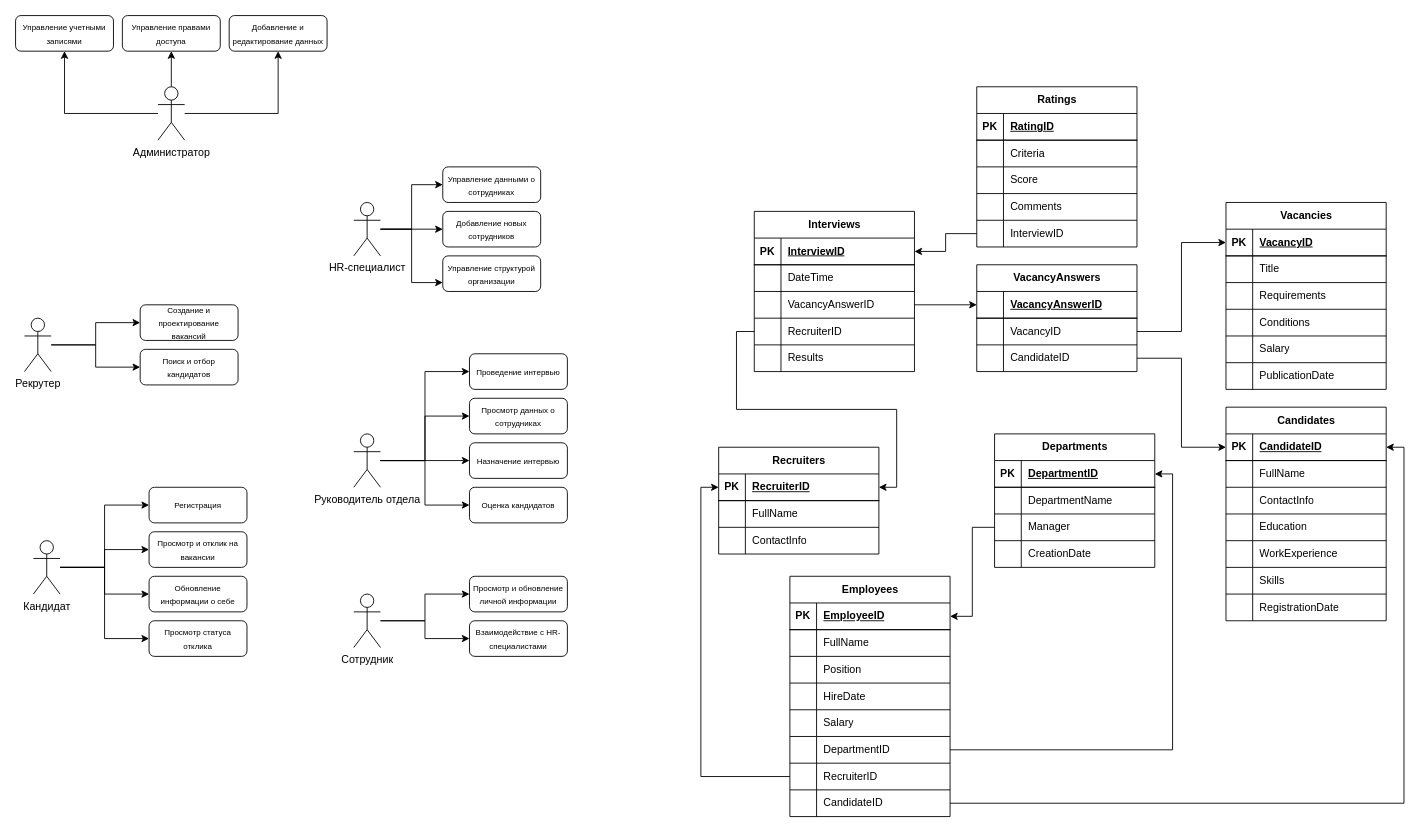
Earlier version of the draw.io diagram ПиРДБИП/Lab1/UML.drawio (SaintDesire/Labs_3-2). Source tidied: cells renumbered, new cells numbered last; positions are measured from the earlier drawing's top-left corner, leaving out a move shared by most shapes. Both pictures are drawn from the tidied source at 89%, with x=0, y=0 at pixel (15, 15).
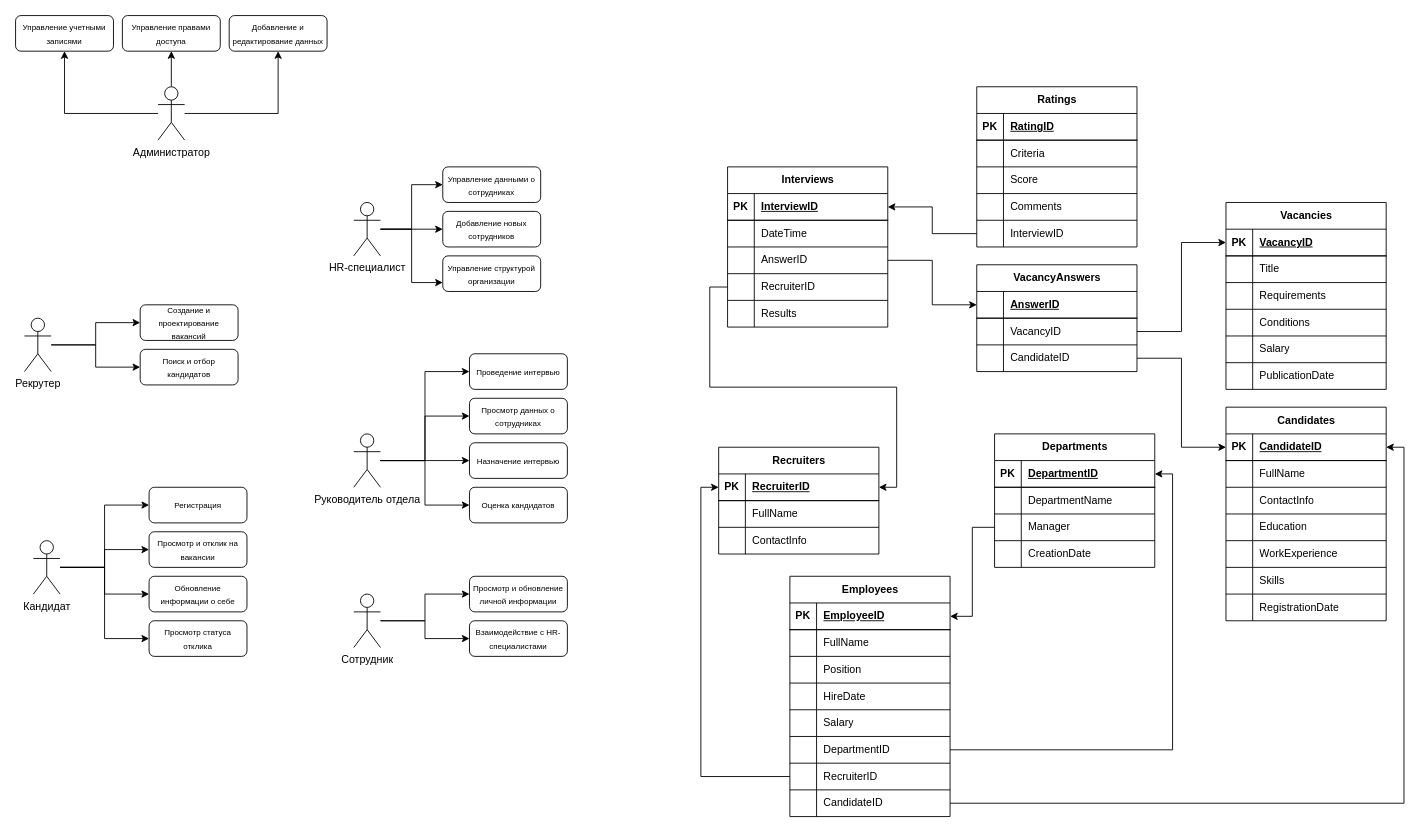
The same page after the edit.

Unchanged cells that the change refers to:
```xml
<mxCell id="116" style="shape=tableRow;horizontal=0;startSize=0;swimlaneHead=0;swimlaneBody=0;fillColor=none;points=[[0,0.5],[1,0.5]];portConstraint=eastwest;top=0;left=0;right=0;bottom=0;" parent="109" vertex="1">
  <mxGeometry y="90" width="180" height="30" as="geometry" />
</mxCell>
<mxCell id="168" style="shape=tableRow;horizontal=0;startSize=0;swimlaneHead=0;swimlaneBody=0;fillColor=none;points=[[0,0.5],[1,0.5]];portConstraint=eastwest;top=0;left=0;right=0;bottom=1;" parent="167" vertex="1">
  <mxGeometry y="30" width="180" height="30" as="geometry" />
</mxCell>
```

Change to the diagram source:
```diff
@@
     <mxCell id="109" value="Interviews" style="shape=table;startSize=30;childLayout=tableLayout;rowLines=1;fontStyle=1;align=center;html=1;" parent="1" vertex="1">
-      <mxGeometry x="830" y="220" width="180" height="180" as="geometry" />
+      <mxGeometry x="800" y="170" width="180" height="180" as="geometry" />
     </mxCell>
@@
-    <mxCell id="118" value="VacancyAnswerID" style="shape=partialRectangle;fillColor=none;top=0;left=0;bottom=0;right=0;align=left;spacingLeft=6;overflow=hidden;whiteSpace=wrap;html=1;" parent="116" vertex="1">
+    <mxCell id="118" value="AnswerID" style="shape=partialRectangle;fillColor=none;top=0;left=0;bottom=0;right=0;align=left;spacingLeft=6;overflow=hidden;whiteSpace=wrap;html=1;" parent="116" vertex="1">
       <mxGeometry x="30" width="150" height="30" as="geometry" />
     </mxCell>
@@
-    <mxCell id="170" value="VacancyAnswerID" style="shape=partialRectangle;fillColor=none;top=0;left=0;bottom=0;right=0;align=left;spacingLeft=6;fontStyle=5;overflow=hidden;whiteSpace=wrap;html=1;" parent="168" vertex="1">
+    <mxCell id="170" value="AnswerID" style="shape=partialRectangle;fillColor=none;top=0;left=0;bottom=0;right=0;align=left;spacingLeft=6;fontStyle=5;overflow=hidden;whiteSpace=wrap;html=1;" parent="168" vertex="1">
       <mxGeometry x="30" width="150" height="30" as="geometry" />
     </mxCell>
```
